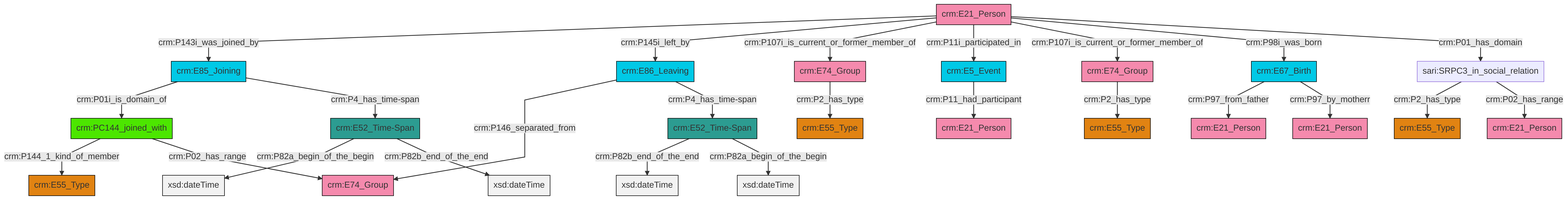
Before: et/personCSV/ttl/mmd/png/Person_Actor_Relations.png, a diagram exported from Mermaid (swiss-art-research-net/reference-data-models). Its source is kept beside it as et/personCSV/ttl/mmd/Person_Actor_Relations.ttl.mmd.
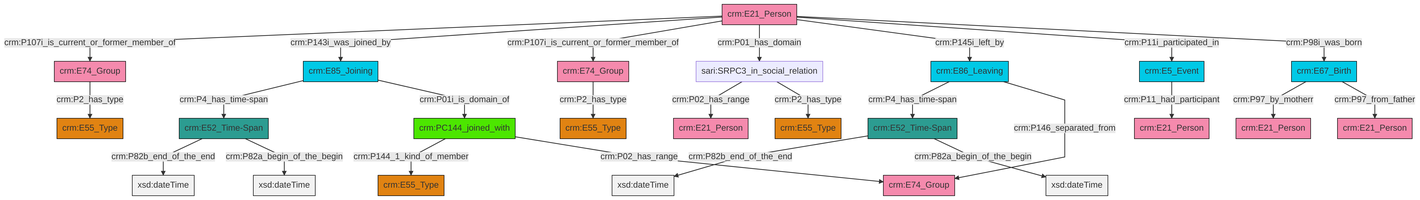
The same diagram one commit later.

What changed in the source:
```diff
@@ -13,27 +13,27 @@
 classDef PC_Classes fill:#4ce600, stroke:#000000;
 classDef Multi fill:#cccccc,stroke:#000000;
 
-0["crm:E21_Person"]:::Actor -->|crm:P143i_was_joined_by| 1["crm:E85_Joining"]:::Temporal_Entity
-2["crm:E52_Time-Span"]:::Time-Span -->|crm:P82b_end_of_the_end| 8[xsd:dateTime]:::Literal
-11["crm:E5_Event"]:::Temporal_Entity -->|crm:P11_had_participant| 12["crm:E21_Person"]:::Actor
-0["crm:E21_Person"]:::Actor -->|crm:P145i_left_by| 18["crm:E86_Leaving"]:::Temporal_Entity
-6["sari:SRPC3_in_social_relation"]:::Default -->|crm:P2_has_type| 24["crm:E55_Type"]:::Type
-22["crm:E67_Birth"]:::Temporal_Entity -->|crm:P97_from_father| 20["crm:E21_Person"]:::Actor
-1["crm:E85_Joining"]:::Temporal_Entity -->|crm:P01i_is_domain_of| 27["crm:PC144_joined_with"]:::PC_Classes
-0["crm:E21_Person"]:::Actor -->|crm:P107i_is_current_or_former_member_of| 14["crm:E74_Group"]:::Actor
-27["crm:PC144_joined_with"]:::PC_Classes -->|crm:P144_1_kind_of_member| 9["crm:E55_Type"]:::Type
-27["crm:PC144_joined_with"]:::PC_Classes -->|crm:P02_has_range| 33["crm:E74_Group"]:::Actor
-2["crm:E52_Time-Span"]:::Time-Span -->|crm:P82a_begin_of_the_begin| 34[xsd:dateTime]:::Literal
-4["crm:E74_Group"]:::Actor -->|crm:P2_has_type| 16["crm:E55_Type"]:::Type
-18["crm:E86_Leaving"]:::Temporal_Entity -->|crm:P146_separated_from| 33["crm:E74_Group"]:::Actor
-6["sari:SRPC3_in_social_relation"]:::Default -->|crm:P02_has_range| 39["crm:E21_Person"]:::Actor
-0["crm:E21_Person"]:::Actor -->|crm:P11i_participated_in| 11["crm:E5_Event"]:::Temporal_Entity
-18["crm:E86_Leaving"]:::Temporal_Entity -->|crm:P4_has_time-span| 2["crm:E52_Time-Span"]:::Time-Span
-0["crm:E21_Person"]:::Actor -->|crm:P107i_is_current_or_former_member_of| 4["crm:E74_Group"]:::Actor
-14["crm:E74_Group"]:::Actor -->|crm:P2_has_type| 36["crm:E55_Type"]:::Type
-22["crm:E67_Birth"]:::Temporal_Entity -->|crm:P97_by_motherr| 31["crm:E21_Person"]:::Actor
-0["crm:E21_Person"]:::Actor -->|crm:P98i_was_born| 22["crm:E67_Birth"]:::Temporal_Entity
-0["crm:E21_Person"]:::Actor -->|crm:P01_has_domain| 6["sari:SRPC3_in_social_relation"]:::Default
-41["crm:E52_Time-Span"]:::Time-Span -->|crm:P82a_begin_of_the_begin| 45[xsd:dateTime]:::Literal
-41["crm:E52_Time-Span"]:::Time-Span -->|crm:P82b_end_of_the_end| 46[xsd:dateTime]:::Literal
-1["crm:E85_Joining"]:::Temporal_Entity -->|crm:P4_has_time-span| 41["crm:E52_Time-Span"]:::Time-Span
+0["crm:E21_Person"]:::Actor -->|crm:P107i_is_current_or_former_member_of| 1["crm:E74_Group"]:::Actor
+2["crm:E67_Birth"]:::Temporal_Entity -->|crm:P97_by_motherr| 3["crm:E21_Person"]:::Actor
+6["crm:E52_Time-Span"]:::Time-Span -->|crm:P82b_end_of_the_end| 7[xsd:dateTime]:::Literal
+8["crm:PC144_joined_with"]:::PC_Classes -->|crm:P144_1_kind_of_member| 4["crm:E55_Type"]:::Type
+15["crm:E85_Joining"]:::Temporal_Entity -->|crm:P4_has_time-span| 16["crm:E52_Time-Span"]:::Time-Span
+9["sari:SRPC3_in_social_relation"]:::Default -->|crm:P02_has_range| 23["crm:E21_Person"]:::Actor
+0["crm:E21_Person"]:::Actor -->|crm:P143i_was_joined_by| 15["crm:E85_Joining"]:::Temporal_Entity
+16["crm:E52_Time-Span"]:::Time-Span -->|crm:P82b_end_of_the_end| 25[xsd:dateTime]:::Literal
+0["crm:E21_Person"]:::Actor -->|crm:P107i_is_current_or_former_member_of| 26["crm:E74_Group"]:::Actor
+6["crm:E52_Time-Span"]:::Time-Span -->|crm:P82a_begin_of_the_begin| 27[xsd:dateTime]:::Literal
+0["crm:E21_Person"]:::Actor -->|crm:P01_has_domain| 9["sari:SRPC3_in_social_relation"]:::Default
+29["crm:E86_Leaving"]:::Temporal_Entity -->|crm:P4_has_time-span| 6["crm:E52_Time-Span"]:::Time-Span
+0["crm:E21_Person"]:::Actor -->|crm:P145i_left_by| 29["crm:E86_Leaving"]:::Temporal_Entity
+1["crm:E74_Group"]:::Actor -->|crm:P2_has_type| 19["crm:E55_Type"]:::Type
+9["sari:SRPC3_in_social_relation"]:::Default -->|crm:P2_has_type| 32["crm:E55_Type"]:::Type
+26["crm:E74_Group"]:::Actor -->|crm:P2_has_type| 30["crm:E55_Type"]:::Type
+17["crm:E5_Event"]:::Temporal_Entity -->|crm:P11_had_participant| 11["crm:E21_Person"]:::Actor
+8["crm:PC144_joined_with"]:::PC_Classes -->|crm:P02_has_range| 38["crm:E74_Group"]:::Actor
+29["crm:E86_Leaving"]:::Temporal_Entity -->|crm:P146_separated_from| 38["crm:E74_Group"]:::Actor
+15["crm:E85_Joining"]:::Temporal_Entity -->|crm:P01i_is_domain_of| 8["crm:PC144_joined_with"]:::PC_Classes
+2["crm:E67_Birth"]:::Temporal_Entity -->|crm:P97_from_father| 13["crm:E21_Person"]:::Actor
+0["crm:E21_Person"]:::Actor -->|crm:P11i_participated_in| 17["crm:E5_Event"]:::Temporal_Entity
+16["crm:E52_Time-Span"]:::Time-Span -->|crm:P82a_begin_of_the_begin| 45[xsd:dateTime]:::Literal
+0["crm:E21_Person"]:::Actor -->|crm:P98i_was_born| 2["crm:E67_Birth"]:::Temporal_Entity
```
